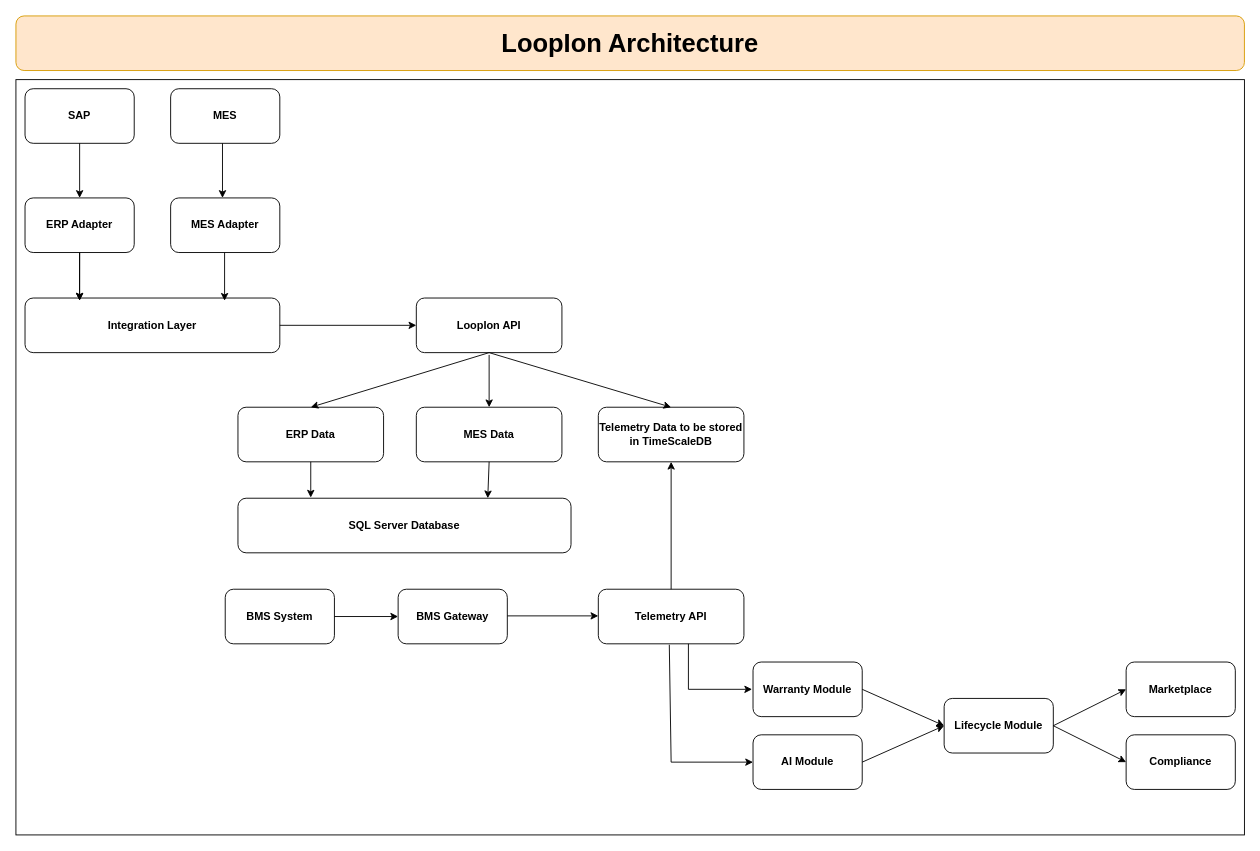
Before: page "Architecture" (1 of 2) of Documents/Architecture.drawio in subroroy193-sys/LoopIon, a draw.io diagram. Source tidied: cells renumbered, new cells numbered last; positions are measured from the earlier drawing's top-left corner, leaving out a move shared by most shapes. Both pictures are drawn from the tidied source at 91%, with x=0, y=0 at pixel (15, 15).
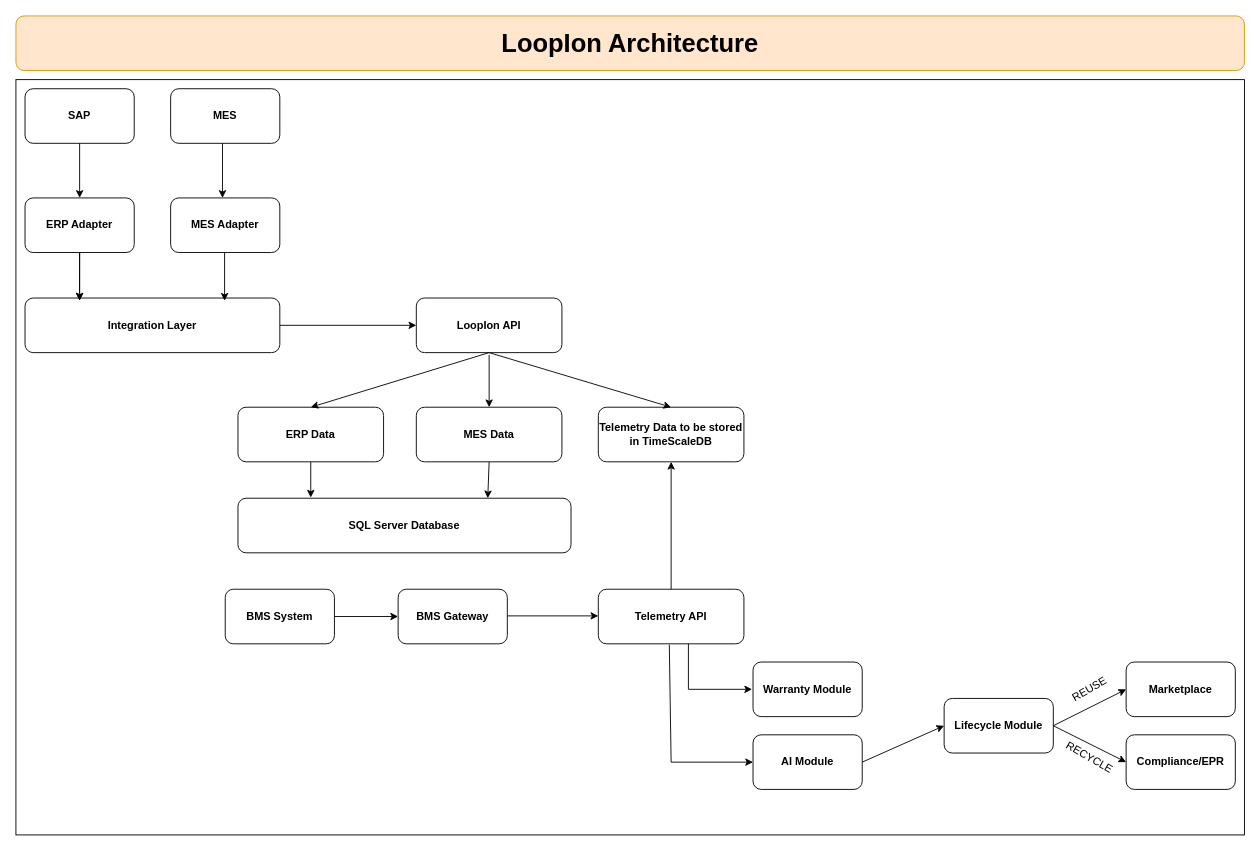
Above is the later version.

Unchanged cells that the change refers to:
```xml
<mxCell id="34" value="&lt;b&gt;Warranty Module&lt;/b&gt;" style="rounded=1;whiteSpace=wrap;html=1;" parent="1" vertex="1">
  <mxGeometry x="810" y="710" width="120" height="60" as="geometry" />
</mxCell>
<mxCell id="35" value="&lt;b&gt;Lifecycle Module&lt;/b&gt;" style="rounded=1;whiteSpace=wrap;html=1;" parent="1" vertex="1">
  <mxGeometry x="1020" y="750" width="120" height="60" as="geometry" />
</mxCell>
```

Change to the diagram source:
```diff
@@
-    <mxCell id="36" style="endArrow=classic;html=1;rounded=0;entryX=0;entryY=0.5;entryDx=0;entryDy=0;exitX=1;exitY=0.5;exitDx=0;exitDy=0;" parent="1" edge="1" source="34" target="35">
-      <mxGeometry relative="1" as="geometry" />
-    </mxCell>
@@
-    <mxCell id="38" value="&lt;b&gt;Compliance&lt;/b&gt;" style="rounded=1;whiteSpace=wrap;html=1;" parent="1" vertex="1">
+    <mxCell id="38" value="&lt;b&gt;Compliance/EPR&lt;/b&gt;" style="rounded=1;whiteSpace=wrap;html=1;" parent="1" vertex="1">
       <mxGeometry x="1220" y="790" width="120" height="60" as="geometry" />
     </mxCell>
@@
+    <mxCell id="42" value="REUSE" style="text;html=1;whiteSpace=wrap;strokeColor=none;fillColor=none;align=center;verticalAlign=middle;rounded=0;rotation=-30;" parent="1" vertex="1">
+      <mxGeometry x="1150" y="725" width="60" height="30" as="geometry" />
+    </mxCell>
+    <mxCell id="43" value="RECYCLE" style="text;html=1;whiteSpace=wrap;strokeColor=none;fillColor=none;align=center;verticalAlign=middle;rounded=0;rotation=30;" parent="1" vertex="1">
+      <mxGeometry x="1150" y="800" width="60" height="30" as="geometry" />
+    </mxCell>
```
